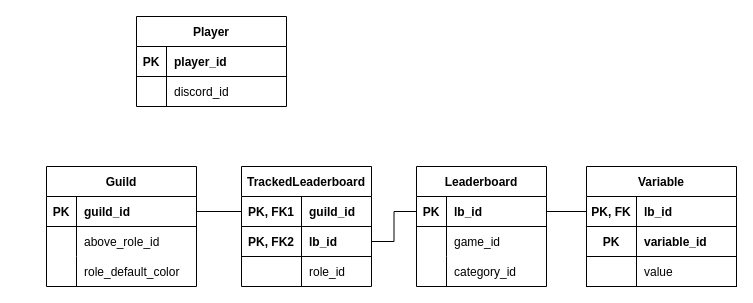
This is srcwrsbot.drawio from mitchell-merry/src-wrs-bot-v2, a draw.io file, before an edit. Source tidied: cells renumbered, new cells numbered last; positions are measured from the earlier drawing's top-left corner, leaving out a move shared by most shapes. Both pictures are drawn from the tidied source at 100%, with x=0, y=0 at pixel (46, 16).
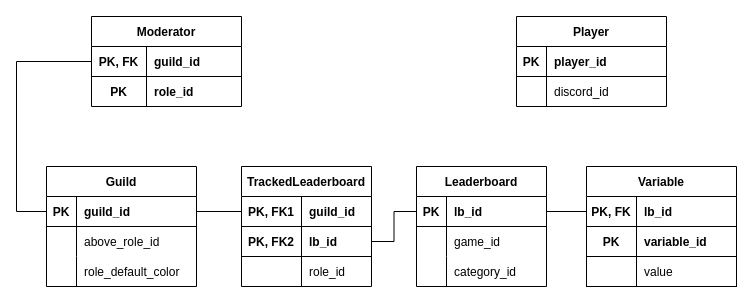
The same diagram, later.

Commit message:
Add Moderator table to diagram.

The change refers to these unchanged cells:
```xml
<mxCell id="31" style="shape=partialRectangle;fillColor=none;points=[[0,0.5],[1,0.5]];portConstraint=eastwest;top=0;left=0;right=0;bottom=1;" parent="30" vertex="1">
  <mxGeometry y="30" width="150" height="30" as="geometry" />
</mxCell>
```

The edit, as a diff of the source:
```diff
@@
     <mxCell id="23" value="Player" style="shape=table;startSize=30;childLayout=tableLayout;rowLines=0;fontStyle=1;align=center;" parent="1" vertex="1">
-      <mxGeometry x="90" width="150" height="90" as="geometry" />
+      <mxGeometry x="470" width="150" height="90" as="geometry" />
     </mxCell>
@@
+    <mxCell id="52" value="Moderator" style="shape=table;startSize=30;childLayout=tableLayout;rowLines=0;fontStyle=1;align=center;" parent="1" vertex="1">
+      <mxGeometry x="45" width="150" height="90" as="geometry" />
+    </mxCell>
+    <mxCell id="53" style="shape=partialRectangle;fillColor=none;points=[[0,0.5],[1,0.5]];portConstraint=eastwest;top=0;left=0;right=0;bottom=1;" parent="52" vertex="1">
+      <mxGeometry y="30" width="150" height="30" as="geometry" />
+    </mxCell>
+    <mxCell id="54" value="PK, FK" style="shape=partialRectangle;overflow=hidden;fillColor=none;top=0;left=0;bottom=0;right=0;fontStyle=1;" parent="53" vertex="1">
+      <mxGeometry width="55" height="30" as="geometry" />
+    </mxCell>
+    <mxCell id="55" value="guild_id" style="shape=partialRectangle;overflow=hidden;fillColor=none;top=0;left=0;bottom=0;right=0;align=left;spacingLeft=6;fontStyle=1;" parent="53" vertex="1">
+      <mxGeometry x="55" width="95" height="30" as="geometry" />
+    </mxCell>
+    <mxCell id="56" style="shape=partialRectangle;fillColor=none;top=0;left=0;right=0;bottom=0;" parent="52" vertex="1">
+      <mxGeometry y="60" width="150" height="30" as="geometry" />
+    </mxCell>
+    <mxCell id="57" value="PK" style="shape=partialRectangle;overflow=hidden;fillColor=none;top=0;left=0;bottom=0;right=0;fontStyle=1;" parent="56" vertex="1">
+      <mxGeometry width="55" height="30" as="geometry" />
+    </mxCell>
+    <mxCell id="58" value="role_id" style="shape=partialRectangle;overflow=hidden;fillColor=none;top=0;left=0;bottom=0;right=0;align=left;spacingLeft=6;fontStyle=1;" parent="56" vertex="1">
+      <mxGeometry x="55" width="95" height="30" as="geometry" />
+    </mxCell>
+    <mxCell id="59" style="edgeStyle=orthogonalEdgeStyle;rounded=0;jettySize=auto;html=1;endArrow=none;endFill=0;elbow=vertical;entryX=0;entryY=0.5;entryDx=0;entryDy=0;exitX=0;exitY=0.5;exitDx=0;exitDy=0;" parent="1" edge="1" source="53" target="31">
+      <mxGeometry relative="1" as="geometry">
+        <Array as="points">
+          <mxPoint x="-30" y="45" />
+          <mxPoint x="-30" y="195" />
+        </Array>
+      </mxGeometry>
+    </mxCell>
```
